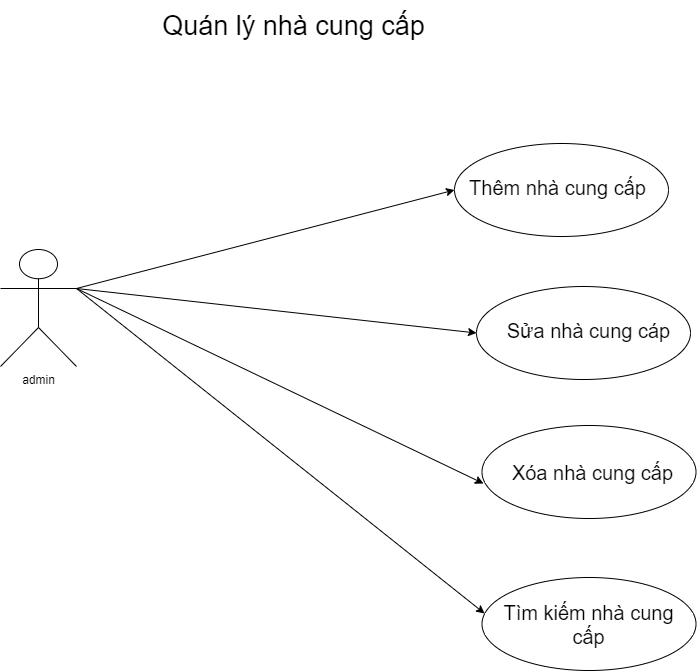
Earlier version of the draw.io export 2drawio.png (dungvu242k3/JAVA). Source tidied: cells renumbered, new cells last; positions are measured from the earlier drawing's top-left corner, leaving out a move shared by most shapes.
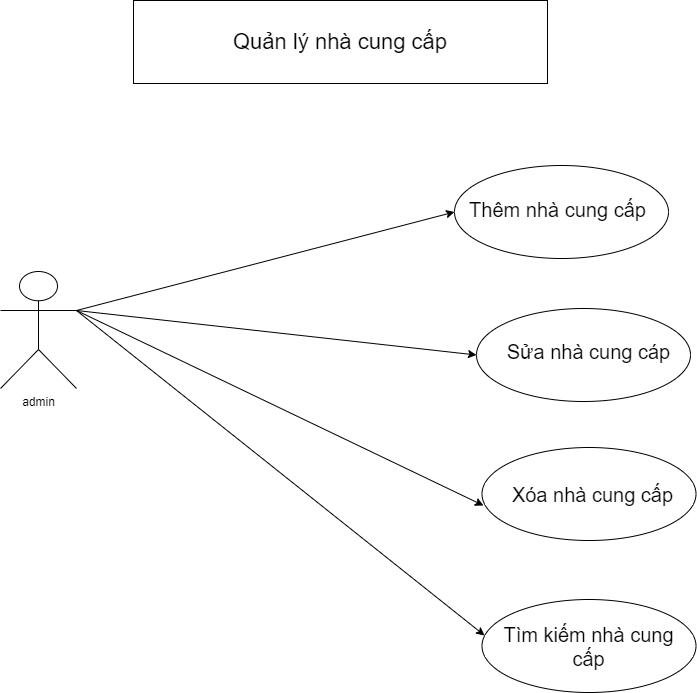
Above is the later version.

Commit message:
Cập nhật 2drawio.png

Diff of the diagram source:
```diff
@@ -41,8 +41,8 @@
     <mxCell id="14" value="&lt;font style=&quot;font-size: 20px;&quot;&gt;Tìm kiếm nhà cung cấp&lt;/font&gt;" style="text;html=1;align=center;verticalAlign=middle;whiteSpace=wrap;rounded=0;" parent="1" vertex="1">
       <mxGeometry x="493" y="593" width="191" height="61" as="geometry" />
     </mxCell>
-    <mxCell id="15" value="&lt;font style=&quot;font-size: 27px;&quot;&gt;Quán lý nhà cung cấp&lt;/font&gt;" style="text;html=1;align=center;verticalAlign=middle;whiteSpace=wrap;rounded=0;" parent="1" vertex="1">
-      <mxGeometry x="115" width="357" height="52" as="geometry" />
-    </mxCell>
+    <mxCell id="16" value="&lt;font style=&quot;font-size: 22px;&quot;&gt;Quản lý nhà cung cấp&lt;/font&gt;" style="rounded=0;whiteSpace=wrap;html=1;" parent="1" vertex="1">
+      <mxGeometry x="133" y="-22" width="414" height="83" as="geometry" />
+    </mxCell>
   </root>
 </mxGraphModel>
```
